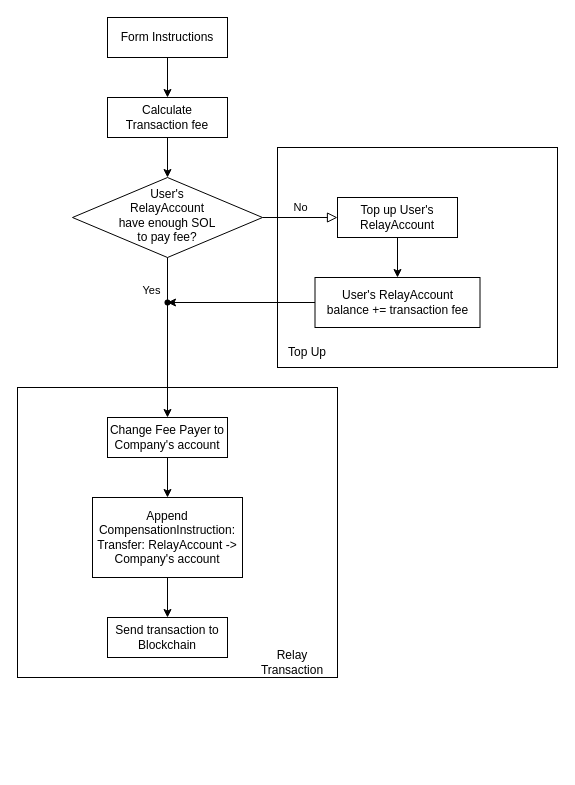
Above: Untitled Diagram.drawio in p2p-org/swap-diagram (draw.io), before the change. Source tidied: cells renumbered, new cells numbered last; positions are measured from the earlier drawing's top-left corner, leaving out a move shared by most shapes. Both pictures are drawn from the tidied source at 100%, with x=0, y=0 at pixel (17, 17).
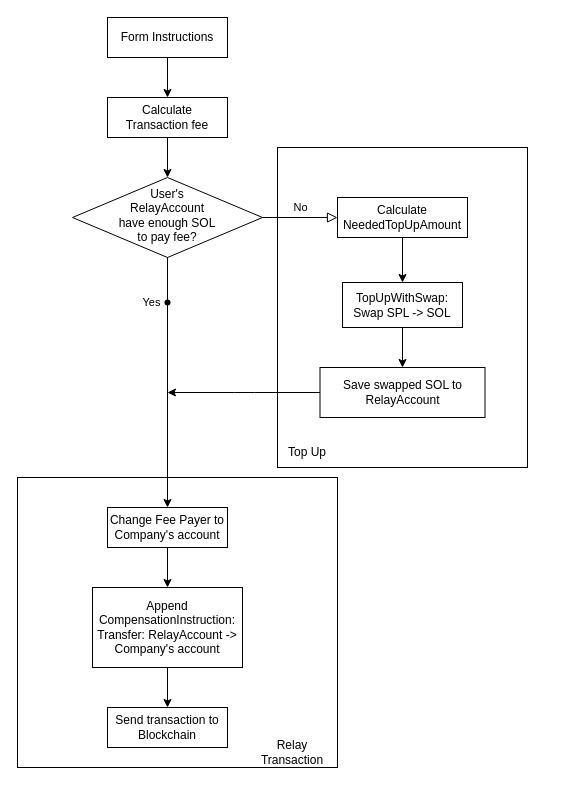
The same page after the edit.

Unchanged cells that the change refers to:
```xml
<mxCell id="8" value="User's &lt;br&gt;RelayAccount&lt;br&gt;have enough SOL&lt;br&gt;to pay fee?" style="rhombus;whiteSpace=wrap;html=1;shadow=0;fontFamily=Helvetica;fontSize=12;align=center;strokeWidth=1;spacing=6;spacingTop=-4;rounded=0;" parent="1" vertex="1">
  <mxGeometry x="55" y="160" width="190" height="80" as="geometry" />
</mxCell>
<mxCell id="17" style="shape=waypoint;sketch=0;size=6;points=[];fillColor=default;perimeter=centerPerimeter;snapToPoint=1;rounded=0;glass=0;strokeWidth=1;shadow=0;" parent="1" vertex="1">
  <mxGeometry x="130" y="265" width="40" height="40" as="geometry" />
</mxCell>
```

Diff of the diagram source:
```diff
@@
     <mxCell id="2" style="rounded=0;whiteSpace=wrap;html=1;" parent="1" vertex="1">
-      <mxGeometry y="370" width="320" height="290" as="geometry" />
+      <mxGeometry y="460" width="320" height="290" as="geometry" />
     </mxCell>
     <mxCell id="3" style="rounded=0;whiteSpace=wrap;html=1;" parent="1" vertex="1">
-      <mxGeometry x="260" y="130" width="280" height="220" as="geometry" />
+      <mxGeometry x="260" y="130" width="250" height="320" as="geometry" />
     </mxCell>
@@
-    <mxCell id="9" style="edgeStyle=orthogonalEdgeStyle;rounded=0;jettySize=auto;html=1;" parent="1" edge="1" source="10" target="16">
-      <mxGeometry relative="1" as="geometry" />
-    </mxCell>
+    <mxCell id="25" style="edgeStyle=orthogonalEdgeStyle;jettySize=auto;html=1;" parent="1" edge="1" source="10" target="28">
+      <mxGeometry relative="1" as="geometry" />
+    </mxCell>
-    <mxCell id="10" value="Top up User's RelayAccount" style="rounded=0;whiteSpace=wrap;html=1;fontSize=12;glass=0;strokeWidth=1;shadow=0;" parent="1" vertex="1">
-      <mxGeometry x="320" y="180" width="120" height="40" as="geometry" />
+    <mxCell id="10" value="Calculate&lt;br&gt;NeededTopUpAmount" style="rounded=0;whiteSpace=wrap;html=1;fontSize=12;glass=0;strokeWidth=1;shadow=0;" parent="1" vertex="1">
+      <mxGeometry x="320" y="180" width="130" height="40" as="geometry" />
     </mxCell>
@@
     <mxCell id="14" value="Change Fee Payer to Company's account" style="rounded=0;whiteSpace=wrap;html=1;" parent="1" vertex="1">
-      <mxGeometry x="90" y="400" width="120" height="40" as="geometry" />
+      <mxGeometry x="90" y="490" width="120" height="40" as="geometry" />
     </mxCell>
-    <mxCell id="15" style="edgeStyle=orthogonalEdgeStyle;rounded=0;jettySize=auto;html=1;" parent="1" edge="1" source="16" target="17">
-      <mxGeometry relative="1" as="geometry" />
-    </mxCell>
+    <mxCell id="26" style="edgeStyle=orthogonalEdgeStyle;jettySize=auto;html=1;" parent="1" edge="1" source="16">
+      <mxGeometry relative="1" as="geometry">
+        <mxPoint x="150" y="375" as="targetPoint" />
+      </mxGeometry>
+    </mxCell>
-    <mxCell id="16" value="User's RelayAccount&lt;br&gt;balance += transaction fee" style="whiteSpace=wrap;html=1;rounded=0;glass=0;strokeWidth=1;shadow=0;" parent="1" vertex="1">
-      <mxGeometry x="297.5" y="260" width="165" height="50" as="geometry" />
+    <mxCell id="16" value="Save swapped SOL to&lt;br&gt;RelayAccount" style="whiteSpace=wrap;html=1;rounded=0;glass=0;strokeWidth=1;shadow=0;" parent="1" vertex="1">
+      <mxGeometry x="302.5" y="350" width="165" height="50" as="geometry" />
     </mxCell>
@@
-    <mxCell id="18" style="edgeStyle=orthogonalEdgeStyle;rounded=0;jettySize=auto;html=1;exitX=0.5;exitY=1;exitDx=0;exitDy=0;entryDx=0;entryDy=0;endArrow=none;" parent="1" edge="1" source="8" target="17">
-      <mxGeometry relative="1" as="geometry" />
+    <mxCell id="18" style="edgeStyle=orthogonalEdgeStyle;rounded=0;jettySize=auto;html=1;exitX=0.5;exitY=1;exitDx=0;exitDy=0;endArrow=none;" parent="1" edge="1" source="8">
+      <mxGeometry relative="1" as="geometry">
+        <mxPoint x="150" y="320" as="targetPoint" />
+        <Array as="points">
+          <mxPoint x="150" y="320" />
+        </Array>
+      </mxGeometry>
     </mxCell>
@@
     <mxCell id="21" value="Append CompensationInstruction:&lt;br&gt;Transfer: RelayAccount -&amp;gt; Company's account" style="whiteSpace=wrap;html=1;rounded=0;" parent="1" vertex="1">
-      <mxGeometry x="75" y="480" width="150" height="80" as="geometry" />
+      <mxGeometry x="75" y="570" width="150" height="80" as="geometry" />
     </mxCell>
     <mxCell id="22" value="Send transaction to Blockchain" style="whiteSpace=wrap;html=1;rounded=0;" parent="1" vertex="1">
-      <mxGeometry x="90" y="600" width="120" height="40" as="geometry" />
+      <mxGeometry x="90" y="690" width="120" height="40" as="geometry" />
     </mxCell>
     <mxCell id="23" value="Top Up" style="text;html=1;strokeColor=none;fillColor=none;align=center;verticalAlign=middle;whiteSpace=wrap;rounded=0;" parent="1" vertex="1">
-      <mxGeometry x="260" y="320" width="60" height="30" as="geometry" />
+      <mxGeometry x="260" y="420" width="60" height="30" as="geometry" />
     </mxCell>
     <mxCell id="24" value="Relay Transaction" style="text;html=1;strokeColor=none;fillColor=none;align=center;verticalAlign=middle;whiteSpace=wrap;rounded=0;" parent="1" vertex="1">
-      <mxGeometry x="230" y="630" width="90" height="30" as="geometry" />
+      <mxGeometry x="230" y="720" width="90" height="30" as="geometry" />
     </mxCell>
+    <mxCell id="27" style="edgeStyle=orthogonalEdgeStyle;jettySize=auto;html=1;" parent="1" edge="1" source="28" target="16">
+      <mxGeometry relative="1" as="geometry" />
+    </mxCell>
+    <mxCell id="28" value="TopUpWithSwap:&lt;br&gt;Swap SPL -&amp;gt; SOL" style="whiteSpace=wrap;html=1;rounded=0;glass=0;strokeWidth=1;shadow=0;" parent="1" vertex="1">
+      <mxGeometry x="325" y="265" width="120" height="45" as="geometry" />
+    </mxCell>
```
